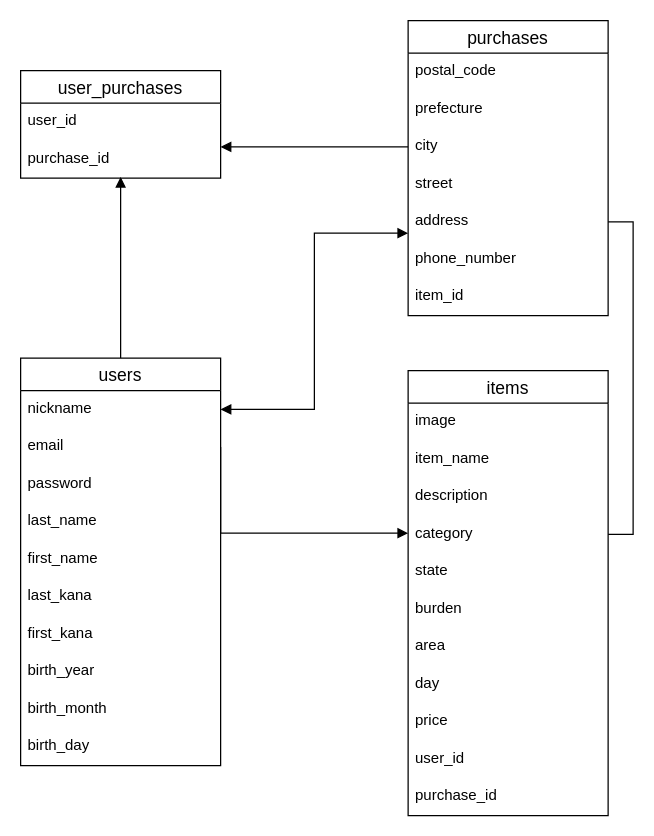
Earlier version of the draw.io diagram furima.dio (akio6706/furima-33916). Source tidied: cells renumbered, new cells numbered last; positions are measured from the earlier drawing's top-left corner, leaving out a move shared by most shapes. Both pictures are drawn from the tidied source at 125%, with x=0, y=0 at pixel (20, 20).
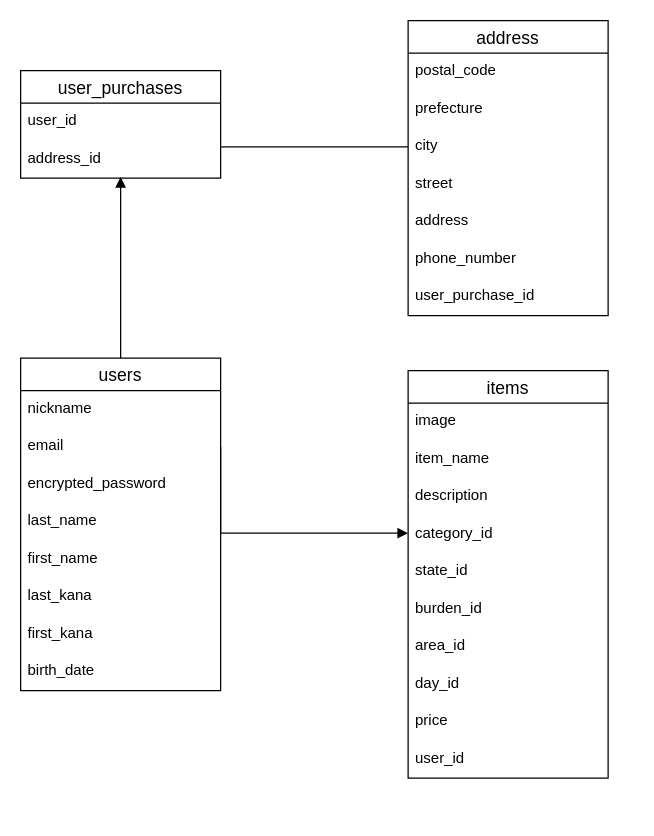
The same diagram, later.

Unchanged cells that the change refers to:
```xml
<mxCell id="4" value="nickname" style="text;strokeColor=none;fillColor=none;spacingLeft=4;spacingRight=4;overflow=hidden;points=[[0,0.5],[1,0.5]];portConstraint=eastwest;fontSize=12;" parent="3" vertex="1">
  <mxGeometry y="26" width="160" height="30" as="geometry" />
</mxCell>
<mxCell id="26" value="user_purchases" style="swimlane;fontStyle=0;horizontal=1;startSize=26;align=center;fontSize=14;" parent="1" vertex="1">
  <mxGeometry y="40" width="160" height="86" as="geometry" />
</mxCell>
<mxCell id="32" value="city" style="text;strokeColor=none;fillColor=none;spacingLeft=4;spacingRight=4;overflow=hidden;points=[[0,0.5],[1,0.5]];portConstraint=eastwest;fontSize=12;" parent="29" vertex="1">
  <mxGeometry y="86" width="160" height="30" as="geometry" />
</mxCell>
<mxCell id="34" value="address" style="text;strokeColor=none;fillColor=none;spacingLeft=4;spacingRight=4;overflow=hidden;points=[[0,0.5],[1,0.5]];portConstraint=eastwest;fontSize=12;" parent="29" vertex="1">
  <mxGeometry y="146" width="160" height="30" as="geometry" />
</mxCell>
```

What changed in the source:
```diff
@@
     <mxCell id="3" value="users" style="swimlane;fontStyle=0;horizontal=1;startSize=26;align=center;fontSize=14;" parent="1" vertex="1">
-      <mxGeometry y="270" width="160" height="326" as="geometry" />
+      <mxGeometry y="270" width="160" height="266" as="geometry" />
     </mxCell>
@@
-    <mxCell id="6" value="password" style="text;strokeColor=none;fillColor=none;spacingLeft=4;spacingRight=4;overflow=hidden;fontSize=12;" parent="3" vertex="1">
+    <mxCell id="6" value="encrypted_password" style="text;strokeColor=none;fillColor=none;spacingLeft=4;spacingRight=4;overflow=hidden;fontSize=12;" parent="3" vertex="1">
       <mxGeometry y="86" width="160" height="30" as="geometry" />
     </mxCell>
@@
-    <mxCell id="11" value="birth_year" style="text;strokeColor=none;fillColor=none;spacingLeft=4;spacingRight=4;overflow=hidden;fontSize=12;" parent="3" vertex="1">
+    <mxCell id="11" value="birth_date" style="text;strokeColor=none;fillColor=none;spacingLeft=4;spacingRight=4;overflow=hidden;fontSize=12;" parent="3" vertex="1">
       <mxGeometry y="236" width="160" height="30" as="geometry" />
     </mxCell>
-    <mxCell id="12" value="birth_month" style="text;strokeColor=none;fillColor=none;spacingLeft=4;spacingRight=4;overflow=hidden;fontSize=12;" parent="3" vertex="1">
-      <mxGeometry y="266" width="160" height="30" as="geometry" />
-    </mxCell>
-    <mxCell id="13" value="birth_day" style="text;strokeColor=none;fillColor=none;spacingLeft=4;spacingRight=4;overflow=hidden;fontSize=12;" parent="3" vertex="1">
-      <mxGeometry y="296" width="160" height="30" as="geometry" />
-    </mxCell>
     <mxCell id="14" value="items" style="swimlane;fontStyle=0;horizontal=1;startSize=26;align=center;fontSize=14;" parent="1" vertex="1">
-      <mxGeometry x="310" y="280" width="160" height="356" as="geometry" />
+      <mxGeometry x="310" y="280" width="160" height="326" as="geometry" />
     </mxCell>
@@
-    <mxCell id="18" value="category" style="text;strokeColor=none;fillColor=none;spacingLeft=4;spacingRight=4;overflow=hidden;points=[[0,0.5],[1,0.5]];portConstraint=eastwest;fontSize=12;" parent="14" vertex="1">
+    <mxCell id="18" value="category_id" style="text;strokeColor=none;fillColor=none;spacingLeft=4;spacingRight=4;overflow=hidden;points=[[0,0.5],[1,0.5]];portConstraint=eastwest;fontSize=12;" parent="14" vertex="1">
       <mxGeometry y="116" width="160" height="30" as="geometry" />
     </mxCell>
-    <mxCell id="19" value="state" style="text;strokeColor=none;fillColor=none;spacingLeft=4;spacingRight=4;overflow=hidden;fontSize=12;" parent="14" vertex="1">
+    <mxCell id="19" value="state_id" style="text;strokeColor=none;fillColor=none;spacingLeft=4;spacingRight=4;overflow=hidden;fontSize=12;" parent="14" vertex="1">
       <mxGeometry y="146" width="160" height="30" as="geometry" />
     </mxCell>
-    <mxCell id="20" value="burden" style="text;strokeColor=none;fillColor=none;spacingLeft=4;spacingRight=4;overflow=hidden;fontSize=12;" parent="14" vertex="1">
+    <mxCell id="20" value="burden_id" style="text;strokeColor=none;fillColor=none;spacingLeft=4;spacingRight=4;overflow=hidden;fontSize=12;" parent="14" vertex="1">
       <mxGeometry y="176" width="160" height="30" as="geometry" />
     </mxCell>
-    <mxCell id="21" value="area" style="text;strokeColor=none;fillColor=none;spacingLeft=4;spacingRight=4;overflow=hidden;fontSize=12;" parent="14" vertex="1">
+    <mxCell id="21" value="area_id" style="text;strokeColor=none;fillColor=none;spacingLeft=4;spacingRight=4;overflow=hidden;fontSize=12;" parent="14" vertex="1">
       <mxGeometry y="206" width="160" height="30" as="geometry" />
     </mxCell>
-    <mxCell id="22" value="day" style="text;strokeColor=none;fillColor=none;spacingLeft=4;spacingRight=4;overflow=hidden;fontSize=12;" parent="14" vertex="1">
+    <mxCell id="22" value="day_id" style="text;strokeColor=none;fillColor=none;spacingLeft=4;spacingRight=4;overflow=hidden;fontSize=12;" parent="14" vertex="1">
       <mxGeometry y="236" width="160" height="30" as="geometry" />
     </mxCell>
@@
-    <mxCell id="25" value="purchase_id" style="text;strokeColor=none;fillColor=none;spacingLeft=4;spacingRight=4;overflow=hidden;fontSize=12;" parent="14" vertex="1">
-      <mxGeometry y="326" width="160" height="30" as="geometry" />
-    </mxCell>
@@
-    <mxCell id="28" value="purchase_id" style="text;strokeColor=none;fillColor=none;spacingLeft=4;spacingRight=4;overflow=hidden;points=[[0,0.5],[1,0.5]];portConstraint=eastwest;fontSize=12;" parent="26" vertex="1">
+    <mxCell id="28" value="address_id" style="text;strokeColor=none;fillColor=none;spacingLeft=4;spacingRight=4;overflow=hidden;points=[[0,0.5],[1,0.5]];portConstraint=eastwest;fontSize=12;" parent="26" vertex="1">
       <mxGeometry y="56" width="160" height="30" as="geometry" />
     </mxCell>
-    <mxCell id="29" value="purchases" style="swimlane;fontStyle=0;horizontal=1;startSize=26;align=center;fontSize=14;" parent="1" vertex="1">
+    <mxCell id="29" value="address" style="swimlane;fontStyle=0;horizontal=1;startSize=26;align=center;fontSize=14;" parent="1" vertex="1">
       <mxGeometry x="310" width="160" height="236" as="geometry" />
     </mxCell>
@@
-    <mxCell id="36" value="item_id" style="text;strokeColor=none;fillColor=none;spacingLeft=4;spacingRight=4;overflow=hidden;fontSize=12;" parent="29" vertex="1">
+    <mxCell id="36" value="user_purchase_id" style="text;strokeColor=none;fillColor=none;spacingLeft=4;spacingRight=4;overflow=hidden;fontSize=12;" parent="29" vertex="1">
       <mxGeometry y="206" width="160" height="30" as="geometry" />
     </mxCell>
@@
-    <mxCell id="38" style="edgeStyle=orthogonalEdgeStyle;rounded=0;jettySize=auto;html=1;exitX=0;exitY=0.5;exitDx=0;exitDy=0;entryX=1;entryY=0.167;entryDx=0;entryDy=0;entryPerimeter=0;startArrow=none;startFill=0;endArrow=block;endFill=1;" parent="1" edge="1" source="32" target="28">
+    <mxCell id="38" style="edgeStyle=orthogonalEdgeStyle;rounded=0;jettySize=auto;html=1;exitX=0;exitY=0.5;exitDx=0;exitDy=0;entryX=1;entryY=0.167;entryDx=0;entryDy=0;entryPerimeter=0;startArrow=none;startFill=0;endArrow=none;endFill=0;" parent="1" edge="1" source="32" target="28">
       <mxGeometry relative="1" as="geometry" />
     </mxCell>
-    <mxCell id="39" style="edgeStyle=orthogonalEdgeStyle;rounded=0;jettySize=auto;html=1;exitX=1;exitY=0.5;exitDx=0;exitDy=0;entryX=0;entryY=0.8;entryDx=0;entryDy=0;entryPerimeter=0;startArrow=block;startFill=1;endArrow=block;endFill=1;" parent="1" edge="1" source="4" target="34">
-      <mxGeometry relative="1" as="geometry" />
-    </mxCell>
-    <mxCell id="40" style="edgeStyle=orthogonalEdgeStyle;rounded=0;jettySize=auto;html=1;exitX=1;exitY=0.5;exitDx=0;exitDy=0;entryX=1;entryY=0.5;entryDx=0;entryDy=0;startArrow=none;startFill=0;endArrow=none;endFill=0;" parent="1" edge="1" source="18" target="34">
-      <mxGeometry relative="1" as="geometry" />
-    </mxCell>
```
